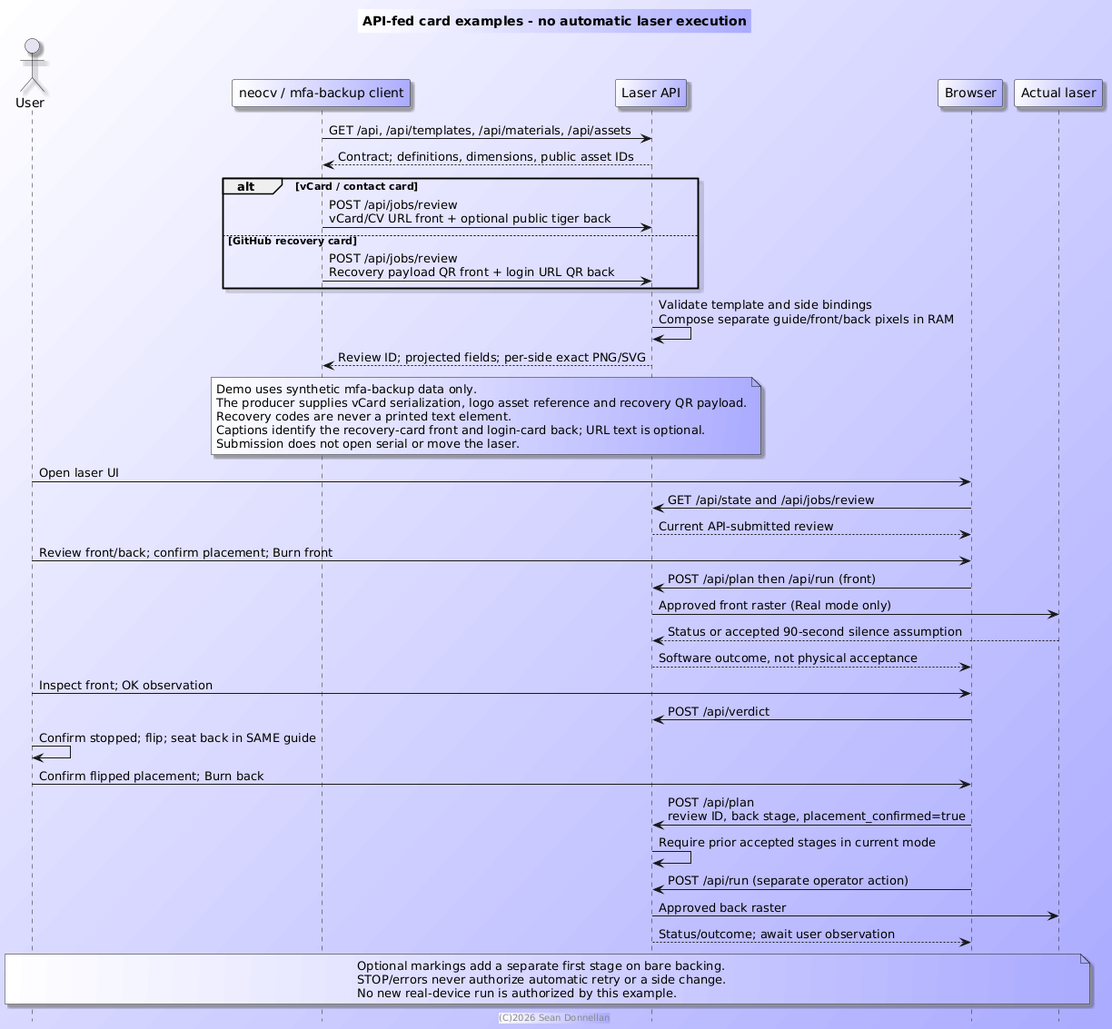
Earlier version of the PlantUML export documentation/images/card-api-clients.png (donnels/wainlux-pi).
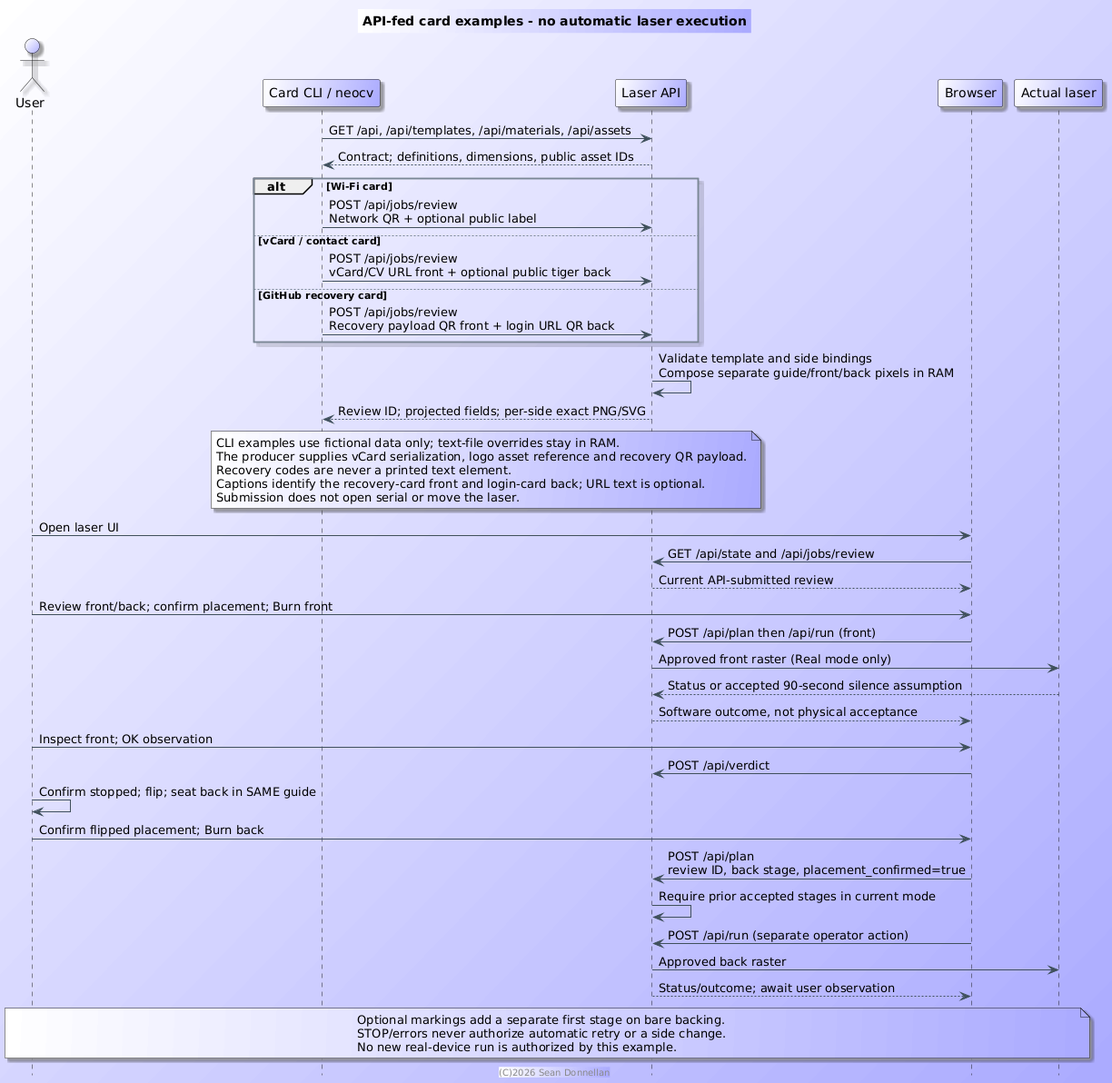
After the change.

The edit, as a diff of the source:
```diff
@@ -1,19 +1,18 @@
 @startuml card-api-clients
+!include plantuml-style.puml
 title API-fed card examples - no automatic laser execution
-skinparam BackgroundColor #fff/aaf
-skinparam participantBackgroundColor #fff/aaf
-skinparam noteBackgroundColor #fff/aaf
-skinparam shadowing true
 hide footbox
 actor User
-participant "neocv / mfa-backup client" as Client
+participant "Card CLI / neocv" as Client
 participant "Laser API" as API
 participant Browser
 participant "Actual laser" as Laser
 
 Client -> API: GET /api, /api/templates, /api/materials, /api/assets
 API --> Client: Contract; definitions, dimensions, public asset IDs
-alt vCard / contact card
+alt Wi-Fi card
+  Client -> API: POST /api/jobs/review\nNetwork QR + optional public label
+else vCard / contact card
   Client -> API: POST /api/jobs/review\nvCard/CV URL front + optional public tiger back
 else GitHub recovery card
   Client -> API: POST /api/jobs/review\nRecovery payload QR front + login URL QR back
@@ -21,7 +20,7 @@
 API -> API: Validate template and side bindings\nCompose separate guide/front/back pixels in RAM
 API --> Client: Review ID; projected fields; per-side exact PNG/SVG
 note over Client,API
-  Demo uses synthetic mfa-backup data only.
+  CLI examples use fictional data only; text-file overrides stay in RAM.
   The producer supplies vCard serialization, logo asset reference and recovery QR payload.
   Recovery codes are never a printed text element.
   Captions identify the recovery-card front and login-card back; URL text is optional.
@@ -49,5 +48,4 @@
   STOP/errors never authorize automatic retry or a side change.
   No new real-device run is authorized by this example.
 end note
-footer (C)2026 Sean Donnellan
 @enduml
```
